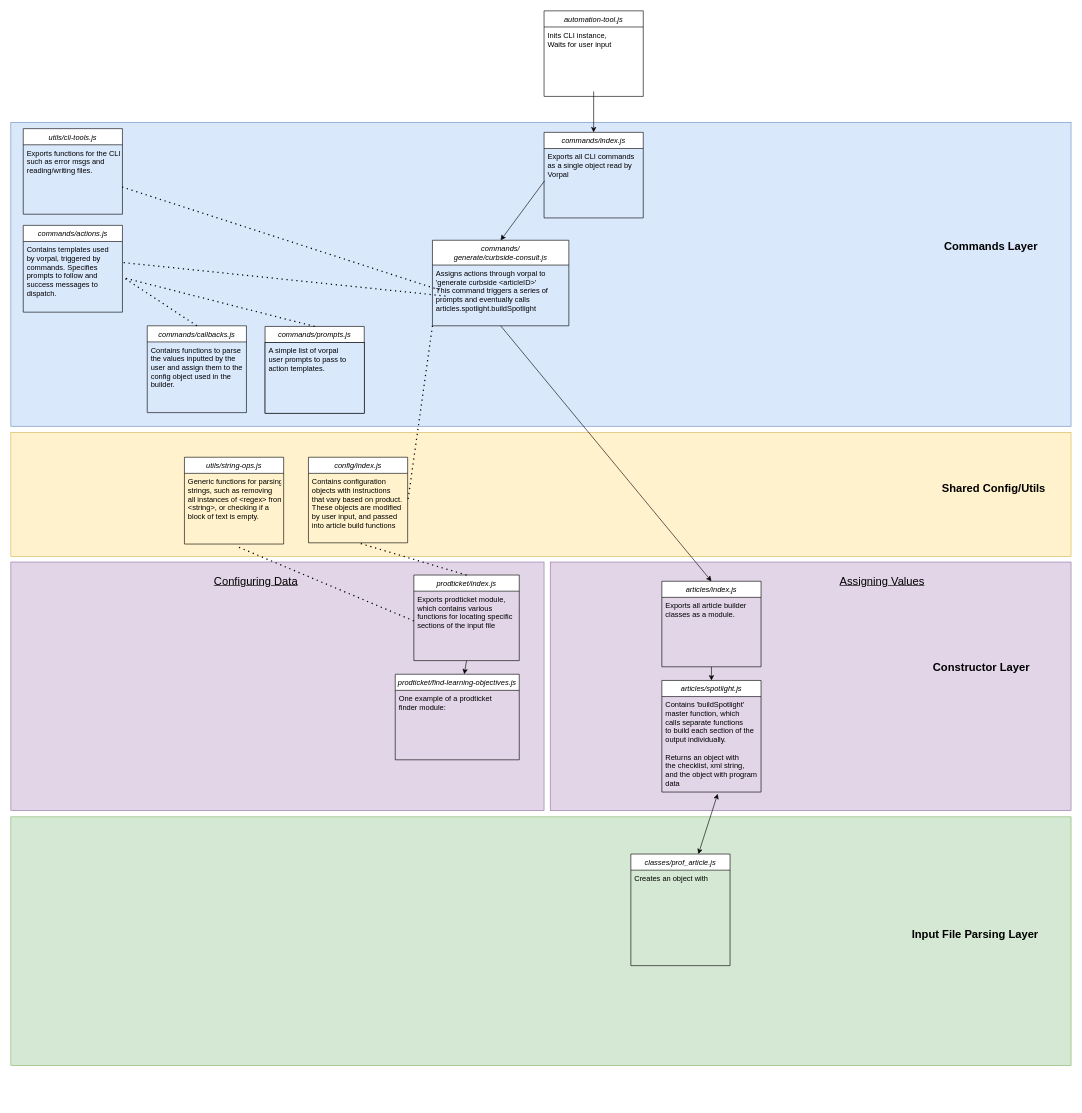
Earlier version of the draw.io diagram at-map.drawio (DylanMoylan/drawIORepo). Source tidied: cells renumbered, new cells numbered last; positions are measured from the earlier drawing's top-left corner, leaving out a move shared by most shapes. Both pictures are drawn from the tidied source at 62%, with x=0, y=0 at pixel (11, 11).
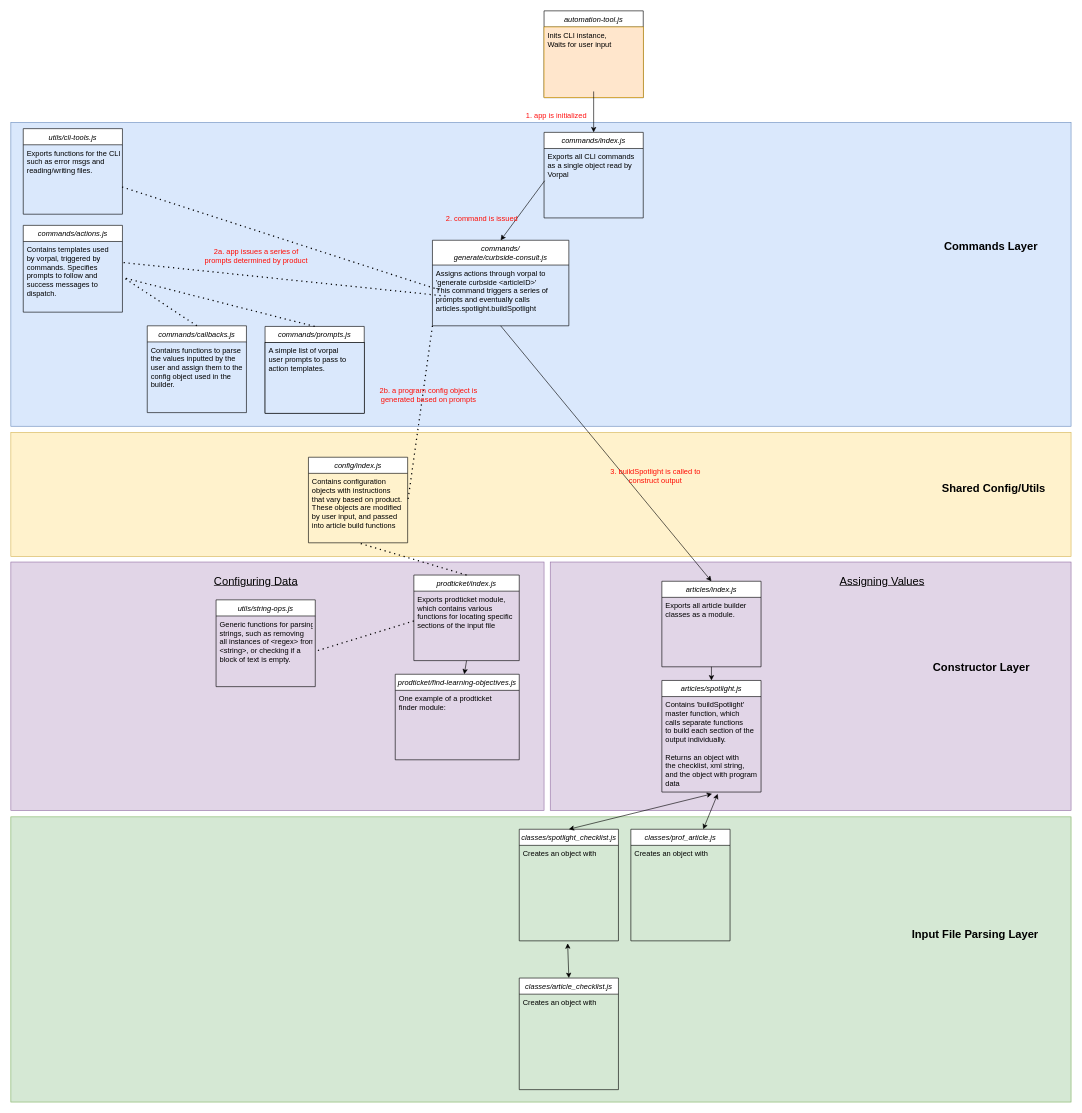
The same page after the edit.

Unchanged cells that the change refers to:
```xml
<mxCell id="35" value="Contains 'buildSpotlight' &#10;master function, which &#10;calls separate functions&#10;to build each section of the &#10;output individually.&#10;&#10;Returns an object with &#10;the checklist, xml string,&#10;and the object with program&#10;data" style="text;align=left;verticalAlign=top;spacingLeft=4;spacingRight=4;overflow=hidden;points=[[0,0.5],[1,0.5]];portConstraint=eastwest;" parent="34" vertex="1">
  <mxGeometry y="26" width="160" height="154" as="geometry" />
</mxCell>
<mxCell id="43" value="Exports prodticket module,&#10;which contains various &#10;functions for locating specific&#10;sections of the input file" style="text;align=left;verticalAlign=top;spacingLeft=4;spacingRight=4;overflow=hidden;points=[[0,0.5],[1,0.5]];portConstraint=eastwest;" parent="42" vertex="1">
  <mxGeometry y="26" width="170" height="74" as="geometry" />
</mxCell>
<mxCell id="46" value="Generic functions for parsing&#10;strings, such as removing&#10;all instances of &lt;regex&gt; from&#10;&lt;string&gt;, or checking if a &#10;block of text is empty." style="text;align=left;verticalAlign=top;spacingLeft=4;spacingRight=4;overflow=hidden;points=[[0,0.5],[1,0.5]];portConstraint=eastwest;" parent="45" vertex="1">
  <mxGeometry y="26" width="160" height="114" as="geometry" />
</mxCell>
```

Change to the diagram source:
```diff
@@
     <mxCell id="6" style="rounded=0;whiteSpace=wrap;html=1;strokeColor=#82b366;fillColor=#d5e8d4;" parent="1" vertex="1">
-      <mxGeometry y="1300" width="1710" height="401" as="geometry" />
+      <mxGeometry y="1300" width="1710" height="460" as="geometry" />
     </mxCell>
@@
     <mxCell id="8" value="automation-tool.js&#10;" style="swimlane;fontStyle=2;align=center;verticalAlign=top;horizontal=1;startSize=26;rounded=0;shadow=0;strokeWidth=1;" parent="1" vertex="1">
-      <mxGeometry x="860" width="160" height="138" as="geometry" />
+      <mxGeometry x="860" width="160" height="140" as="geometry" />
     </mxCell>
-    <mxCell id="9" value="Inits CLI instance,&#10;Waits for user input" style="text;align=left;verticalAlign=top;spacingLeft=4;spacingRight=4;overflow=hidden;" parent="8" vertex="1">
-      <mxGeometry y="26" width="160" height="74" as="geometry" />
+    <mxCell id="9" value="Inits CLI instance,&#10;Waits for user input" style="text;align=left;verticalAlign=top;spacingLeft=4;spacingRight=4;overflow=hidden;fillColor=#ffe6cc;strokeColor=#d79b00;" parent="8" vertex="1">
+      <mxGeometry y="26" width="160" height="114" as="geometry" />
     </mxCell>
@@
     <mxCell id="45" value="utils/string-ops.js" style="swimlane;fontStyle=2;align=center;verticalAlign=top;horizontal=1;startSize=26;rounded=0;shadow=0;strokeWidth=1;" parent="1" vertex="1">
-      <mxGeometry x="280" y="720" width="160" height="140" as="geometry" />
+      <mxGeometry x="331" y="950" width="160" height="140" as="geometry" />
     </mxCell>
@@
-    <mxCell id="47" style="endArrow=none;dashed=1;html=1;dashPattern=1 3;strokeWidth=2;fontSize=14;entryX=0.531;entryY=1.035;entryDx=0;entryDy=0;exitX=0;exitY=0.649;exitDx=0;exitDy=0;entryPerimeter=0;exitPerimeter=0;" parent="1" edge="1" source="43" target="46">
+    <mxCell id="47" style="endArrow=none;dashed=1;html=1;dashPattern=1 3;strokeWidth=2;fontSize=14;entryX=1;entryY=0.5;entryDx=0;entryDy=0;exitX=0;exitY=0.649;exitDx=0;exitDy=0;exitPerimeter=0;" parent="1" edge="1" source="43" target="46">
       <mxGeometry relative="1" as="geometry" />
     </mxCell>
@@
     <mxCell id="51" value="classes/prof_article.js&#10;" style="swimlane;fontStyle=2;align=center;verticalAlign=top;horizontal=1;startSize=26;rounded=0;shadow=0;strokeWidth=1;" parent="1" vertex="1">
-      <mxGeometry x="1000" y="1360" width="160" height="180" as="geometry" />
+      <mxGeometry x="1000" y="1320" width="160" height="180" as="geometry" />
     </mxCell>
@@
+    <mxCell id="54" value="2. command is issued" style="text;html=1;strokeColor=none;fillColor=none;align=center;verticalAlign=middle;whiteSpace=wrap;rounded=0;fontColor=#FF0D05;" parent="1" vertex="1">
+      <mxGeometry x="680" y="326" width="160" height="20" as="geometry" />
+    </mxCell>
+    <mxCell id="55" value="1. app is initialized" style="text;html=1;strokeColor=none;fillColor=none;align=center;verticalAlign=middle;whiteSpace=wrap;rounded=0;fontColor=#FF1414;" parent="1" vertex="1">
+      <mxGeometry x="800" y="160" width="160" height="20" as="geometry" />
+    </mxCell>
+    <mxCell id="56" value="2a. app issues a series of prompts determined by product" style="text;html=1;strokeColor=none;fillColor=none;align=center;verticalAlign=middle;whiteSpace=wrap;rounded=0;fontColor=#FF0D05;" parent="1" vertex="1">
+      <mxGeometry x="305.5" y="380" width="180" height="30" as="geometry" />
+    </mxCell>
+    <mxCell id="57" value="2b. a program config object is generated based on prompts" style="text;html=1;strokeColor=none;fillColor=none;align=center;verticalAlign=middle;whiteSpace=wrap;rounded=0;fontColor=#FF0D05;" parent="1" vertex="1">
+      <mxGeometry x="594" y="610" width="160" height="20" as="geometry" />
+    </mxCell>
+    <mxCell id="58" value="3. buildSpotlight is called to construct output" style="text;html=1;strokeColor=none;fillColor=none;align=center;verticalAlign=middle;whiteSpace=wrap;rounded=0;fontColor=#FF0D05;" parent="1" vertex="1">
+      <mxGeometry x="960" y="740" width="160" height="20" as="geometry" />
+    </mxCell>
+    <mxCell id="59" value="classes/spotlight_checklist.js" style="swimlane;fontStyle=2;align=center;verticalAlign=top;horizontal=1;startSize=26;rounded=0;shadow=0;strokeWidth=1;" parent="1" vertex="1">
+      <mxGeometry x="820" y="1320" width="160" height="180" as="geometry" />
+    </mxCell>
+    <mxCell id="60" value="Creates an object with &#10;" style="text;align=left;verticalAlign=top;spacingLeft=4;spacingRight=4;overflow=hidden;points=[[0,0.5],[1,0.5]];portConstraint=eastwest;" parent="59" vertex="1">
+      <mxGeometry y="26" width="160" height="154" as="geometry" />
+    </mxCell>
+    <mxCell id="61" value="classes/article_checklist.js" style="swimlane;fontStyle=2;align=center;verticalAlign=top;horizontal=1;startSize=26;rounded=0;shadow=0;strokeWidth=1;" parent="1" vertex="1">
+      <mxGeometry x="820" y="1560" width="160" height="180" as="geometry" />
+    </mxCell>
+    <mxCell id="62" value="Creates an object with &#10;" style="text;align=left;verticalAlign=top;spacingLeft=4;spacingRight=4;overflow=hidden;" parent="61" vertex="1">
+      <mxGeometry y="26" width="160" height="154" as="geometry" />
+    </mxCell>
+    <mxCell id="63" style="endArrow=classic;startArrow=classic;html=1;fontSize=14;entryX=0.506;entryY=1.019;entryDx=0;entryDy=0;entryPerimeter=0;exitX=0.5;exitY=0;exitDx=0;exitDy=0;" parent="1" edge="1" source="59" target="35">
+      <mxGeometry relative="1" as="geometry" />
+    </mxCell>
+    <mxCell id="64" style="endArrow=classic;startArrow=classic;html=1;fontSize=14;entryX=0.488;entryY=1.026;entryDx=0;entryDy=0;entryPerimeter=0;exitX=0.5;exitY=0;exitDx=0;exitDy=0;" parent="1" edge="1" source="61" target="60">
+      <mxGeometry relative="1" as="geometry" />
+    </mxCell>
```
